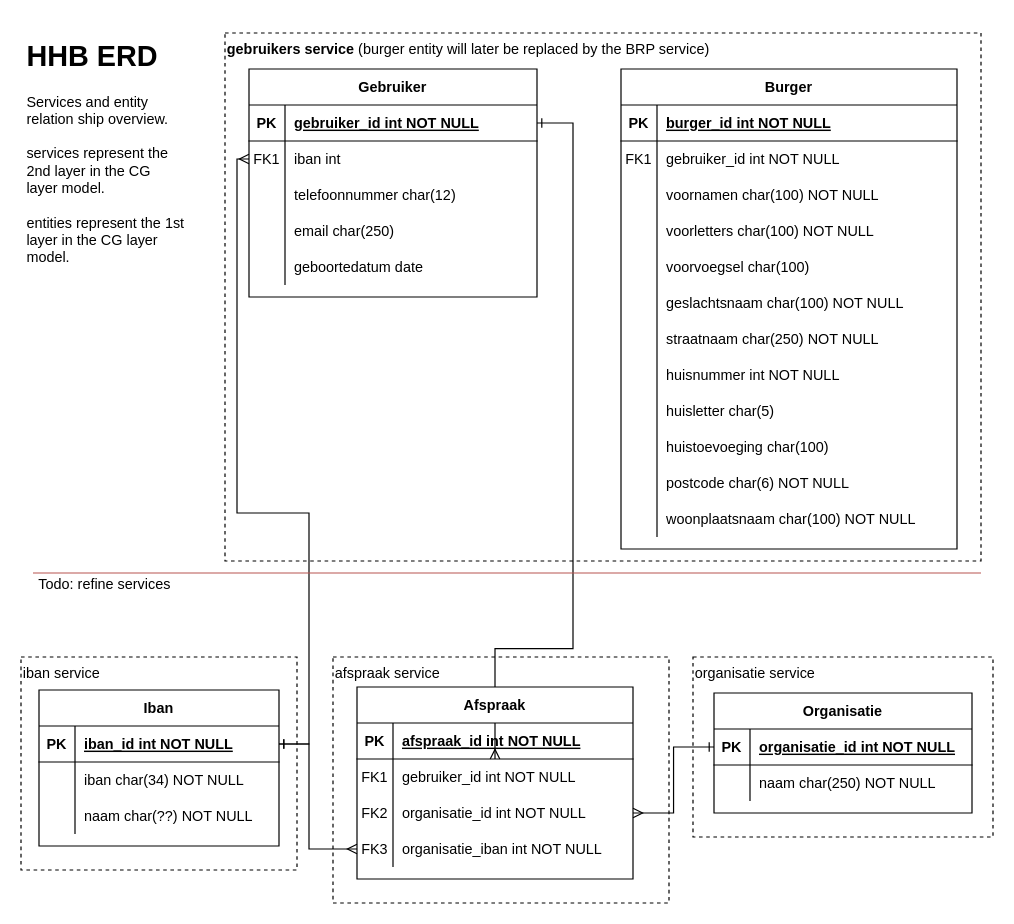
The draw.io diagram gebruikers_service/docs/HHB ERD.drawio in frameless/huishoudboekje-nl-design-system-demo, before the edit. Source tidied: cells renumbered, new cells numbered last; positions are measured from the earlier drawing's top-left corner, leaving out a move shared by most shapes. Both pictures are drawn from the tidied source at 120%, with x=0, y=0 at pixel (20, 32).
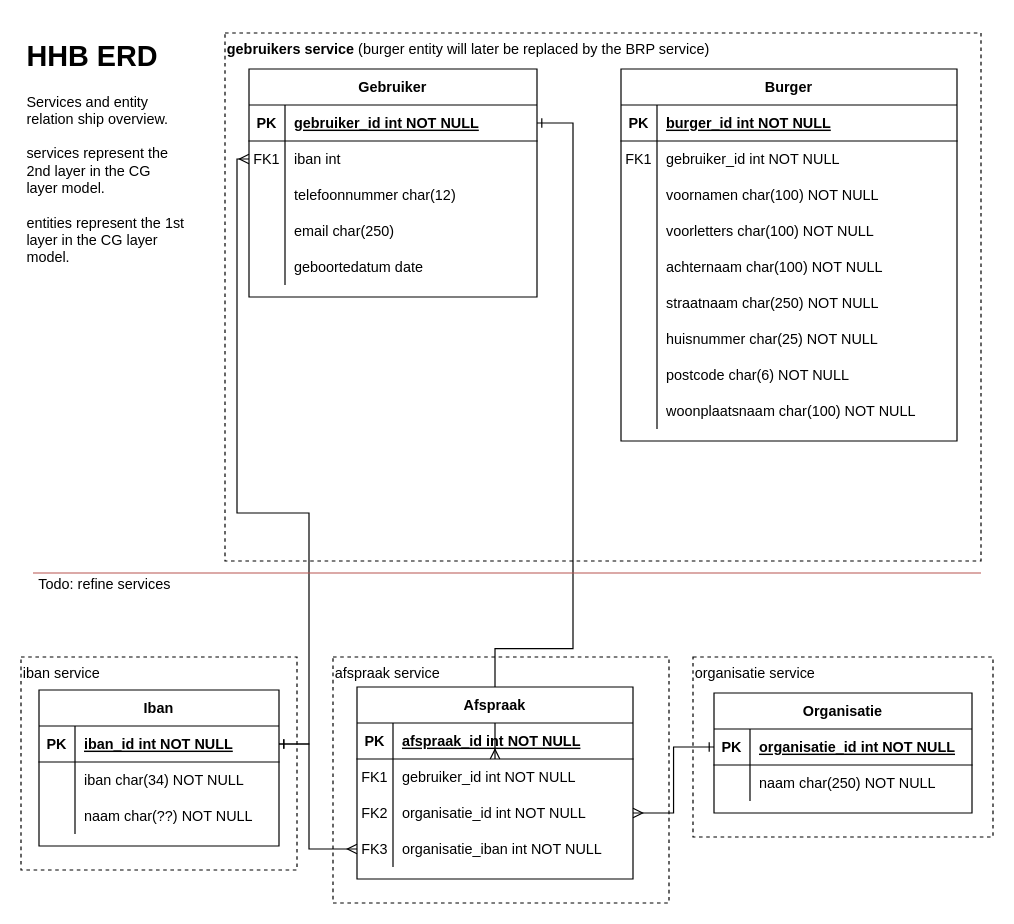
After the change.

Change to the diagram source:
```diff
@@
     <mxCell id="11" value="Burger" style="shape=table;startSize=30;childLayout=tableLayout;rowLines=0;fontStyle=1;align=center;" parent="1" vertex="1">
-      <mxGeometry x="500" y="30" width="280" height="400" as="geometry" />
+      <mxGeometry x="500" y="30" width="280" height="310" as="geometry" />
     </mxCell>
@@
-    <mxCell id="24" style="shape=partialRectangle;fillColor=none;top=0;left=0;right=0;bottom=0;" parent="11" vertex="1">
-      <mxGeometry y="150" width="280" height="30" as="geometry" />
-    </mxCell>
-    <mxCell id="25" style="shape=partialRectangle;overflow=hidden;fillColor=none;top=0;left=0;bottom=0;right=0;" parent="24" vertex="1">
-      <mxGeometry width="30" height="30" as="geometry" />
-    </mxCell>
-    <mxCell id="26" value="voorvoegsel char(100) " style="shape=partialRectangle;overflow=hidden;fillColor=none;top=0;left=0;bottom=0;right=0;align=left;spacingLeft=6;" parent="24" vertex="1">
-      <mxGeometry x="30" width="250" height="30" as="geometry" />
-    </mxCell>
     <mxCell id="27" style="shape=partialRectangle;fillColor=none;top=0;left=0;right=0;bottom=0;" parent="11" vertex="1">
-      <mxGeometry y="180" width="280" height="30" as="geometry" />
+      <mxGeometry y="150" width="280" height="30" as="geometry" />
     </mxCell>
@@
-    <mxCell id="29" value="geslachtsnaam char(100) NOT NULL" style="shape=partialRectangle;overflow=hidden;fillColor=none;top=0;left=0;bottom=0;right=0;align=left;spacingLeft=6;" parent="27" vertex="1">
+    <mxCell id="29" value="achternaam char(100) NOT NULL" style="shape=partialRectangle;overflow=hidden;fillColor=none;top=0;left=0;bottom=0;right=0;align=left;spacingLeft=6;" parent="27" vertex="1">
       <mxGeometry x="30" width="250" height="30" as="geometry" />
     </mxCell>
     <mxCell id="30" style="shape=partialRectangle;fillColor=none;top=0;left=0;right=0;bottom=0;" parent="11" vertex="1">
-      <mxGeometry y="210" width="280" height="30" as="geometry" />
+      <mxGeometry y="180" width="280" height="30" as="geometry" />
     </mxCell>
@@
     <mxCell id="33" style="shape=partialRectangle;fillColor=none;top=0;left=0;right=0;bottom=0;" parent="11" vertex="1">
-      <mxGeometry y="240" width="280" height="30" as="geometry" />
+      <mxGeometry y="210" width="280" height="30" as="geometry" />
     </mxCell>
@@
-    <mxCell id="35" value="huisnummer int NOT NULL" style="shape=partialRectangle;overflow=hidden;fillColor=none;top=0;left=0;bottom=0;right=0;align=left;spacingLeft=6;" parent="33" vertex="1">
+    <mxCell id="35" value="huisnummer char(25) NOT NULL" style="shape=partialRectangle;overflow=hidden;fillColor=none;top=0;left=0;bottom=0;right=0;align=left;spacingLeft=6;" parent="33" vertex="1">
       <mxGeometry x="30" width="250" height="30" as="geometry" />
     </mxCell>
-    <mxCell id="36" style="shape=partialRectangle;fillColor=none;top=0;left=0;right=0;bottom=0;" parent="11" vertex="1">
-      <mxGeometry y="270" width="280" height="30" as="geometry" />
-    </mxCell>
-    <mxCell id="37" style="shape=partialRectangle;overflow=hidden;fillColor=none;top=0;left=0;bottom=0;right=0;" parent="36" vertex="1">
-      <mxGeometry width="30" height="30" as="geometry" />
-    </mxCell>
-    <mxCell id="38" value="huisletter char(5)" style="shape=partialRectangle;overflow=hidden;fillColor=none;top=0;left=0;bottom=0;right=0;align=left;spacingLeft=6;" parent="36" vertex="1">
-      <mxGeometry x="30" width="250" height="30" as="geometry" />
-    </mxCell>
-    <mxCell id="39" style="shape=partialRectangle;fillColor=none;top=0;left=0;right=0;bottom=0;" parent="11" vertex="1">
-      <mxGeometry y="300" width="280" height="30" as="geometry" />
-    </mxCell>
-    <mxCell id="40" style="shape=partialRectangle;overflow=hidden;fillColor=none;top=0;left=0;bottom=0;right=0;" parent="39" vertex="1">
-      <mxGeometry width="30" height="30" as="geometry" />
-    </mxCell>
-    <mxCell id="41" value="huistoevoeging char(100)" style="shape=partialRectangle;overflow=hidden;fillColor=none;top=0;left=0;bottom=0;right=0;align=left;spacingLeft=6;" parent="39" vertex="1">
-      <mxGeometry x="30" width="250" height="30" as="geometry" />
-    </mxCell>
     <mxCell id="42" style="shape=partialRectangle;fillColor=none;top=0;left=0;right=0;bottom=0;" parent="11" vertex="1">
-      <mxGeometry y="330" width="280" height="30" as="geometry" />
+      <mxGeometry y="240" width="280" height="30" as="geometry" />
     </mxCell>
@@
     <mxCell id="45" style="shape=partialRectangle;fillColor=none;top=0;left=0;right=0;bottom=0;" parent="11" vertex="1">
-      <mxGeometry y="360" width="280" height="30" as="geometry" />
+      <mxGeometry y="270" width="280" height="30" as="geometry" />
     </mxCell>
```
